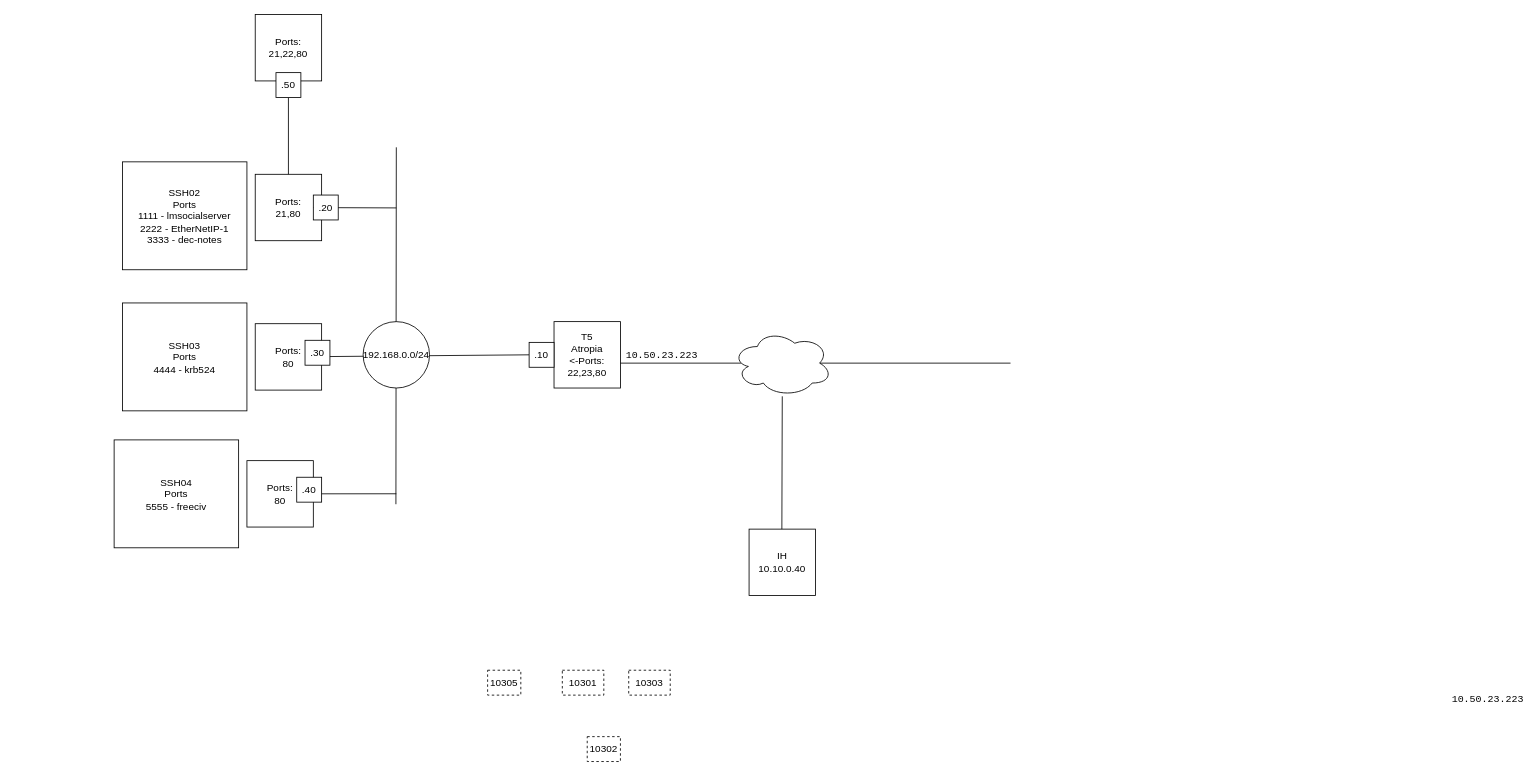
Earlier version of the draw.io diagram page "Page-3" (3 of 3) of Notes.drawio (AmericanFrench/BLOG). Source tidied: cells renumbered, new cells numbered last; positions are measured from the earlier drawing's top-left corner, leaving out a move shared by most shapes. Both pictures are drawn from the tidied source at 83%, with x=0, y=0 at pixel (114, 14).
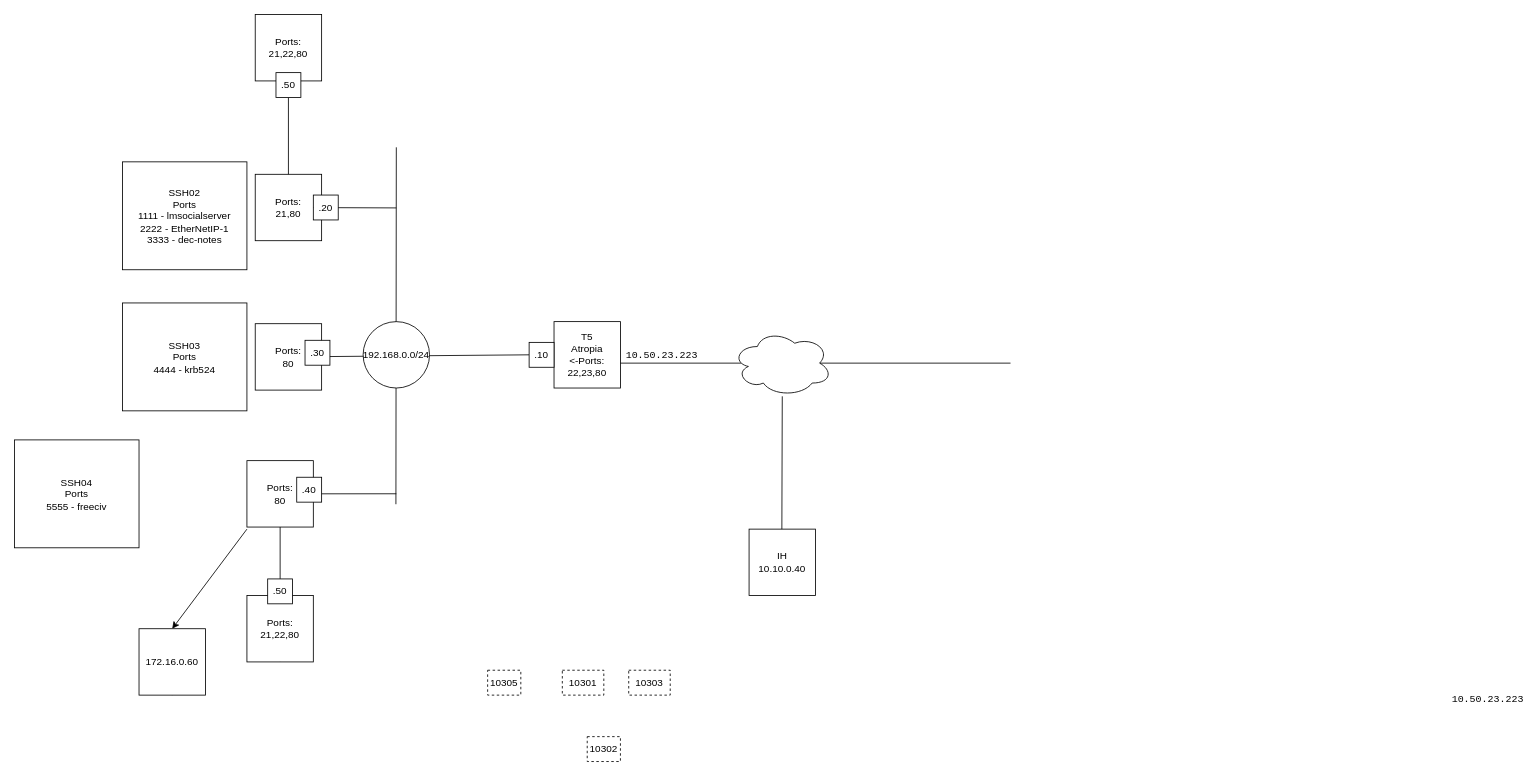
The same page after the edit.

Diff of the diagram source:
```diff
@@
+    <mxCell id="37" style="endArrow=none;html=1;rounded=0;" parent="1" edge="1">
+      <mxGeometry x="0.86" y="445" relative="1" as="geometry">
+        <mxPoint x="200" y="680" as="sourcePoint" />
+        <mxPoint x="200" y="560" as="targetPoint" />
+      </mxGeometry>
+    </mxCell>
@@
     <mxCell id="34" value="&lt;div&gt;SSH04&lt;br&gt;&lt;/div&gt;&lt;div&gt;Ports&lt;/div&gt;&lt;div&gt;5555 - freeciv&lt;br&gt;&lt;/div&gt;" style="rounded=0;whiteSpace=wrap;html=1;" parent="1" vertex="1">
-      <mxGeometry y="512.5" width="150" height="130" as="geometry" />
+      <mxGeometry x="-120" y="512.5" width="150" height="130" as="geometry" />
     </mxCell>
@@
+    <mxCell id="38" style="endArrow=none;html=1;rounded=0;startArrow=none;" parent="1" edge="1" source="40">
+      <mxGeometry x="0.86" y="445" relative="1" as="geometry">
+        <mxPoint x="200" y="780" as="targetPoint" />
+      </mxGeometry>
+    </mxCell>
+    <mxCell id="39" value="Ports:&lt;br&gt;21,22,80" style="whiteSpace=wrap;html=1;" parent="1" vertex="1">
+      <mxGeometry x="160" y="700" width="80" height="80" as="geometry" />
+    </mxCell>
+    <mxCell id="40" value=".50" style="rounded=0;whiteSpace=wrap;html=1;" parent="1" vertex="1">
+      <mxGeometry x="185" y="680" width="30" height="30" as="geometry" />
+    </mxCell>
+    <mxCell id="41" style="endArrow=none;html=1;rounded=0;startArrow=none;" parent="1" edge="1">
+      <mxGeometry x="0.86" y="445" relative="1" as="geometry">
+        <mxPoint x="70" y="750" as="sourcePoint" />
+        <mxPoint x="70" y="820" as="targetPoint" />
+      </mxGeometry>
+    </mxCell>
+    <mxCell id="42" value="172.16.0.60" style="whiteSpace=wrap;html=1;" parent="1" vertex="1">
+      <mxGeometry x="30" y="740" width="80" height="80" as="geometry" />
+    </mxCell>
+    <mxCell id="43" style="endArrow=classic;html=1;rounded=0;entryX=0.5;entryY=0;entryDx=0;entryDy=0;" parent="1" edge="1" target="42">
+      <mxGeometry relative="1" as="geometry">
+        <mxPoint x="160" y="620" as="sourcePoint" />
+      </mxGeometry>
+    </mxCell>
```
